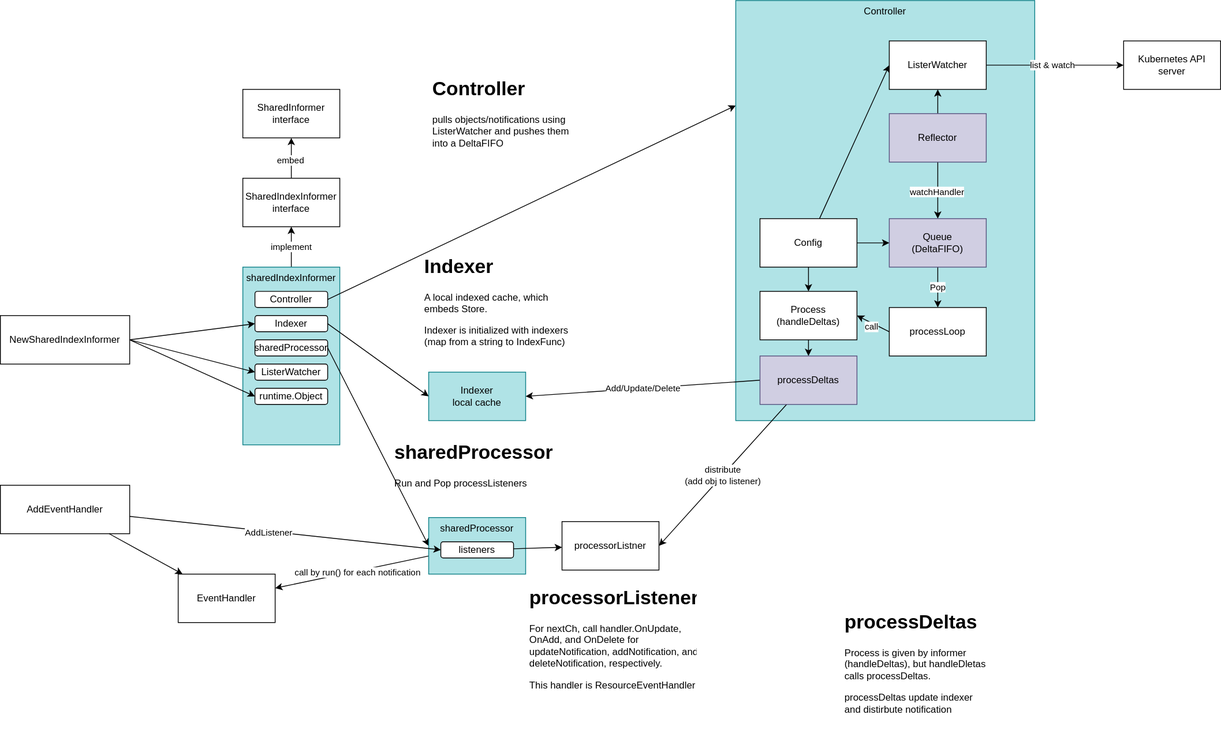
The draw.io diagram contents/kubernetes-operator/client-go/informer/informer.drawio.svg in nakamasato/kubernetes-training, before a commit. Source tidied: cells renumbered, new cells last; positions are measured from the earlier drawing's top-left corner, leaving out a move shared by most shapes.
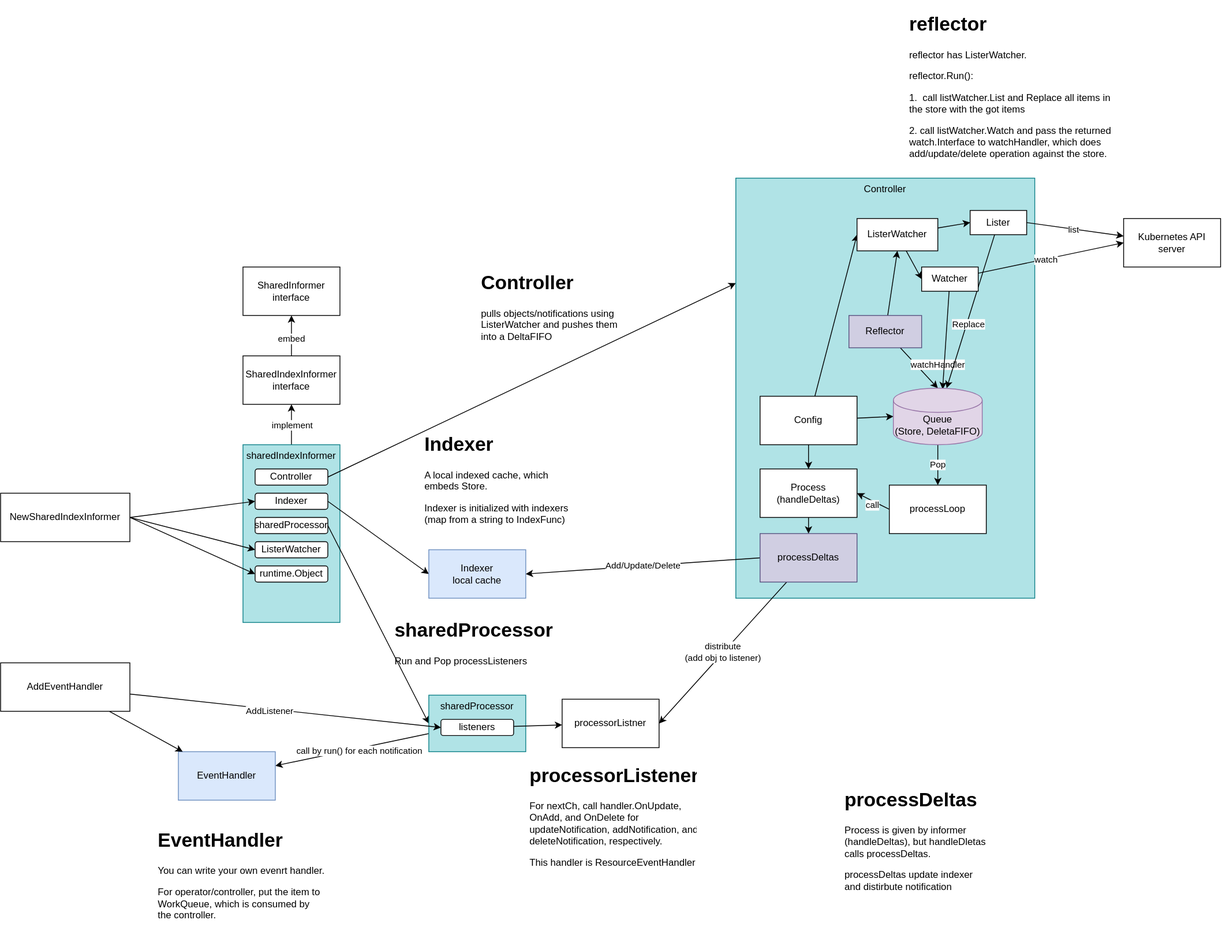
After the change.

Diff of the diagram source:
```diff
@@ -35,7 +35,7 @@
     <mxCell id="12" value="runtime.Object" style="rounded=1;whiteSpace=wrap;html=1;" parent="1" vertex="1">
       <mxGeometry x="315" y="480" width="90" height="20" as="geometry" />
     </mxCell>
-    <mxCell id="13" value="Indexer&lt;br&gt;local cache" style="rounded=0;whiteSpace=wrap;html=1;fillColor=#b0e3e6;strokeColor=#0e8088;" parent="1" vertex="1">
+    <mxCell id="13" value="Indexer&lt;br&gt;local cache" style="rounded=0;whiteSpace=wrap;html=1;fillColor=#dae8fc;strokeColor=#6c8ebf;" parent="1" vertex="1">
       <mxGeometry x="530" y="460" width="120" height="60" as="geometry" />
     </mxCell>
     <mxCell id="14" style="edgeStyle=none;html=1;" parent="1" edge="1" source="16" target="17">
@@ -54,7 +54,7 @@
       <mxGeometry x="520" y="310" width="190" height="130" as="geometry" />
     </mxCell>
     <mxCell id="19" value="&lt;h1&gt;Controller&lt;/h1&gt;&lt;p&gt;pulls objects/notifications using ListerWatcher and pushes them into a DeltaFIFO&lt;/p&gt;" style="text;html=1;strokeColor=none;fillColor=none;spacing=5;spacingTop=-20;whiteSpace=wrap;overflow=hidden;rounded=0;" parent="1" vertex="1">
-      <mxGeometry x="530" y="90" width="190" height="120" as="geometry" />
+      <mxGeometry x="590" y="110" width="190" height="120" as="geometry" />
     </mxCell>
     <mxCell id="20" style="edgeStyle=none;html=1;" parent="1" edge="1" source="22" target="56">
       <mxGeometry relative="1" as="geometry" />
@@ -83,17 +83,19 @@
     <mxCell id="28" value="Controller" style="rounded=0;whiteSpace=wrap;html=1;verticalAlign=top;fillColor=#b0e3e6;strokeColor=#0e8088;" parent="1" vertex="1">
       <mxGeometry x="910" width="370" height="520" as="geometry" />
     </mxCell>
-    <mxCell id="29" style="edgeStyle=none;html=1;" parent="1" edge="1" source="32" target="37">
+    <mxCell id="29" style="edgeStyle=none;html=1;entryX=0.5;entryY=0;entryDx=0;entryDy=0;entryPerimeter=0;" parent="1" edge="1" source="32" target="72">
       <mxGeometry relative="1" as="geometry" />
     </mxCell>
     <mxCell id="30" value="watchHandler" style="edgeLabel;html=1;align=center;verticalAlign=middle;" parent="29" vertex="1">
-      <mxGeometry x="0.04" y="-1" relative="1" as="geometry" />
+      <mxGeometry x="0.04" y="-1" relative="1" as="geometry">
+        <mxPoint x="22" y="-7" as="offset" />
+      </mxGeometry>
     </mxCell>
-    <mxCell id="31" style="edgeStyle=none;html=1;" parent="1" edge="1" source="32" target="46">
+    <mxCell id="31" style="edgeStyle=none;html=1;entryX=0.5;entryY=1;entryDx=0;entryDy=0;" parent="1" edge="1" source="32" target="46">
       <mxGeometry relative="1" as="geometry" />
     </mxCell>
     <mxCell id="32" value="Reflector" style="rounded=0;whiteSpace=wrap;html=1;fillColor=#d0cee2;strokeColor=#56517e;" parent="1" vertex="1">
-      <mxGeometry x="1100" y="140" width="120" height="60" as="geometry" />
+      <mxGeometry x="1050" y="170" width="90" height="40" as="geometry" />
     </mxCell>
     <mxCell id="33" style="edgeStyle=none;html=1;entryX=1;entryY=0.5;entryDx=0;entryDy=0;exitX=0;exitY=0.5;exitDx=0;exitDy=0;" parent="1" edge="1" source="35" target="43">
       <mxGeometry relative="1" as="geometry" />
@@ -104,13 +106,10 @@
     <mxCell id="35" value="processLoop" style="rounded=0;whiteSpace=wrap;html=1;" parent="1" vertex="1">
       <mxGeometry x="1100" y="380" width="120" height="60" as="geometry" />
     </mxCell>
-    <mxCell id="36" value="Pop" style="edgeStyle=none;html=1;" parent="1" edge="1" source="37" target="35">
+    <mxCell id="36" value="Pop" style="edgeStyle=none;html=1;" parent="1" edge="1" source="72" target="35">
       <mxGeometry relative="1" as="geometry" />
     </mxCell>
-    <mxCell id="37" value="Queue &lt;br&gt;(DeltaFIFO)" style="rounded=0;whiteSpace=wrap;html=1;fillColor=#d0cee2;strokeColor=#56517e;" parent="1" vertex="1">
-      <mxGeometry x="1100" y="270" width="120" height="60" as="geometry" />
-    </mxCell>
-    <mxCell id="38" style="edgeStyle=none;html=1;" parent="1" edge="1" source="41" target="37">
+    <mxCell id="38" style="edgeStyle=none;html=1;entryX=0;entryY=0.5;entryDx=0;entryDy=0;entryPerimeter=0;" parent="1" edge="1" source="41" target="72">
       <mxGeometry relative="1" as="geometry" />
     </mxCell>
     <mxCell id="39" style="edgeStyle=none;html=1;" parent="1" edge="1" source="41" target="43">
@@ -128,14 +127,20 @@
     <mxCell id="43" value="Process&lt;br&gt;(handleDeltas)" style="rounded=0;whiteSpace=wrap;html=1;" parent="1" vertex="1">
       <mxGeometry x="940" y="360" width="120" height="60" as="geometry" />
     </mxCell>
-    <mxCell id="44" style="edgeStyle=none;html=1;" parent="1" edge="1" source="46" target="47">
+    <mxCell id="44" style="edgeStyle=none;html=1;exitX=1;exitY=0.5;exitDx=0;exitDy=0;" parent="1" edge="1" source="65" target="47">
       <mxGeometry relative="1" as="geometry" />
     </mxCell>
-    <mxCell id="45" value="list &amp;amp; watch" style="edgeLabel;html=1;align=center;verticalAlign=middle;" parent="44" vertex="1">
+    <mxCell id="45" value="list" style="edgeLabel;html=1;align=center;verticalAlign=middle;" parent="44" vertex="1">
       <mxGeometry x="-0.04" relative="1" as="geometry" />
     </mxCell>
+    <mxCell id="61" style="edgeStyle=none;html=1;entryX=0;entryY=0.5;entryDx=0;entryDy=0;" parent="1" edge="1" source="46" target="65">
+      <mxGeometry relative="1" as="geometry" />
+    </mxCell>
+    <mxCell id="62" style="edgeStyle=none;html=1;entryX=0;entryY=0.5;entryDx=0;entryDy=0;" parent="1" edge="1" source="46" target="69">
+      <mxGeometry relative="1" as="geometry" />
+    </mxCell>
     <mxCell id="46" value="ListerWatcher" style="rounded=0;whiteSpace=wrap;html=1;" parent="1" vertex="1">
-      <mxGeometry x="1100" y="50" width="120" height="60" as="geometry" />
+      <mxGeometry x="1060" y="50" width="100" height="40" as="geometry" />
     </mxCell>
     <mxCell id="47" value="Kubernetes API server" style="rounded=0;whiteSpace=wrap;html=1;" parent="1" vertex="1">
       <mxGeometry x="1390" y="50" width="120" height="60" as="geometry" />
@@ -164,7 +169,7 @@
     <mxCell id="55" value="&lt;h1&gt;processorListener&lt;/h1&gt;&lt;p&gt;For nextCh, call handler.OnUpdate, OnAdd, and OnDelete for updateNotification, addNotification, and deleteNotification, respectively.&lt;/p&gt;&lt;p&gt;This handler is ResourceEventHandler&lt;/p&gt;" style="text;html=1;strokeColor=none;fillColor=none;spacing=5;spacingTop=-20;whiteSpace=wrap;overflow=hidden;rounded=0;" parent="1" vertex="1">
       <mxGeometry x="650" y="720" width="215" height="150" as="geometry" />
     </mxCell>
-    <mxCell id="56" value="EventHandler" style="rounded=0;whiteSpace=wrap;html=1;verticalAlign=middle;" parent="1" vertex="1">
+    <mxCell id="56" value="EventHandler" style="rounded=0;whiteSpace=wrap;html=1;verticalAlign=middle;fillColor=#dae8fc;strokeColor=#6c8ebf;" parent="1" vertex="1">
       <mxGeometry x="220" y="710" width="120" height="60" as="geometry" />
     </mxCell>
     <mxCell id="57" style="edgeStyle=none;html=1;" parent="1" edge="1" source="60" target="56">
@@ -179,5 +184,35 @@
     <mxCell id="60" value="AddEventHandler" style="rounded=0;whiteSpace=wrap;html=1;" parent="1" vertex="1">
       <mxGeometry y="600" width="160" height="60" as="geometry" />
     </mxCell>
+    <mxCell id="63" style="edgeStyle=none;html=1;" parent="1" edge="1" source="65" target="72">
+      <mxGeometry relative="1" as="geometry" />
+    </mxCell>
+    <mxCell id="64" value="Replace" style="edgeLabel;html=1;align=center;verticalAlign=middle;" parent="63" vertex="1">
+      <mxGeometry x="0.14" y="1" relative="1" as="geometry" />
+    </mxCell>
+    <mxCell id="65" value="Lister" style="rounded=0;whiteSpace=wrap;html=1;" parent="1" vertex="1">
+      <mxGeometry x="1200" y="40" width="70" height="30" as="geometry" />
+    </mxCell>
+    <mxCell id="66" style="edgeStyle=none;html=1;entryX=0;entryY=0.5;entryDx=0;entryDy=0;" parent="1" edge="1" source="69" target="47">
+      <mxGeometry relative="1" as="geometry" />
+    </mxCell>
+    <mxCell id="67" value="watch" style="edgeLabel;html=1;align=center;verticalAlign=middle;" parent="66" vertex="1">
+      <mxGeometry x="-0.06" y="1" relative="1" as="geometry" />
+    </mxCell>
+    <mxCell id="68" style="edgeStyle=none;html=1;entryX=0.554;entryY=0.019;entryDx=0;entryDy=0;entryPerimeter=0;" parent="1" edge="1" source="69" target="72">
+      <mxGeometry relative="1" as="geometry" />
+    </mxCell>
+    <mxCell id="69" value="Watcher" style="rounded=0;whiteSpace=wrap;html=1;" parent="1" vertex="1">
+      <mxGeometry x="1140" y="110" width="70" height="30" as="geometry" />
+    </mxCell>
+    <mxCell id="70" value="&lt;h1&gt;reflector&lt;/h1&gt;&lt;p&gt;reflector has ListerWatcher.&lt;/p&gt;&lt;p&gt;reflector.Run():&lt;/p&gt;&lt;p&gt;1.&amp;nbsp; call listWatcher.List and Replace all items in the store with the got items&lt;/p&gt;&lt;p&gt;2. call listWatcher.Watch and pass the returned watch.Interface to watchHandler, which does add/update/delete operation against the store.&lt;/p&gt;&lt;p&gt;&lt;br&gt;&lt;/p&gt;" style="text;html=1;strokeColor=none;fillColor=none;spacing=5;spacingTop=-20;whiteSpace=wrap;overflow=hidden;rounded=0;" parent="1" vertex="1">
+      <mxGeometry x="1120" y="-210" width="260" height="190" as="geometry" />
+    </mxCell>
+    <mxCell id="71" value="&lt;h1&gt;EventHandler&lt;/h1&gt;&lt;p&gt;You can write your own evenrt handler.&lt;/p&gt;&lt;p&gt;For operator/controller, put the item to WorkQueue, which is consumed by the controller.&lt;/p&gt;" style="text;html=1;strokeColor=none;fillColor=none;spacing=5;spacingTop=-20;whiteSpace=wrap;overflow=hidden;rounded=0;" parent="1" vertex="1">
+      <mxGeometry x="190" y="800" width="215" height="150" as="geometry" />
+    </mxCell>
+    <mxCell id="72" value="Queue&lt;br&gt;(Store, DeletaFIFO)" style="shape=cylinder3;whiteSpace=wrap;html=1;boundedLbl=1;backgroundOutline=1;size=15;fillColor=#e1d5e7;strokeColor=#9673a6;" parent="1" vertex="1">
+      <mxGeometry x="1105" y="260" width="110" height="70" as="geometry" />
+    </mxCell>
   </root>
 </mxGraphModel>
```
